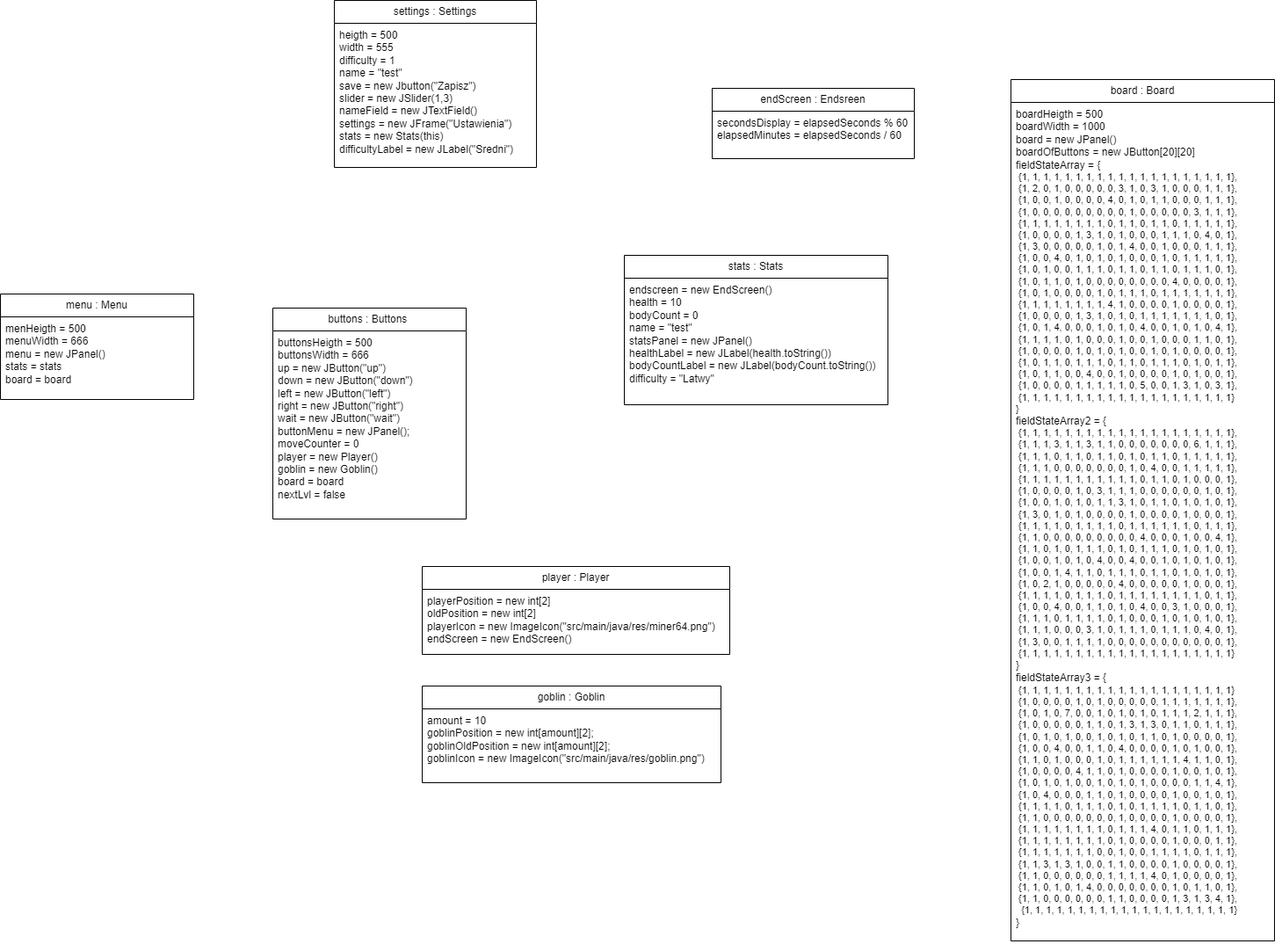
Earlier version of the draw.io export Nowy_diagram_obiektów.png (jacob-w4/Java-simple-game). Source tidied: cells renumbered, new cells last; positions are measured from the earlier drawing's top-left corner, leaving out a move shared by most shapes.
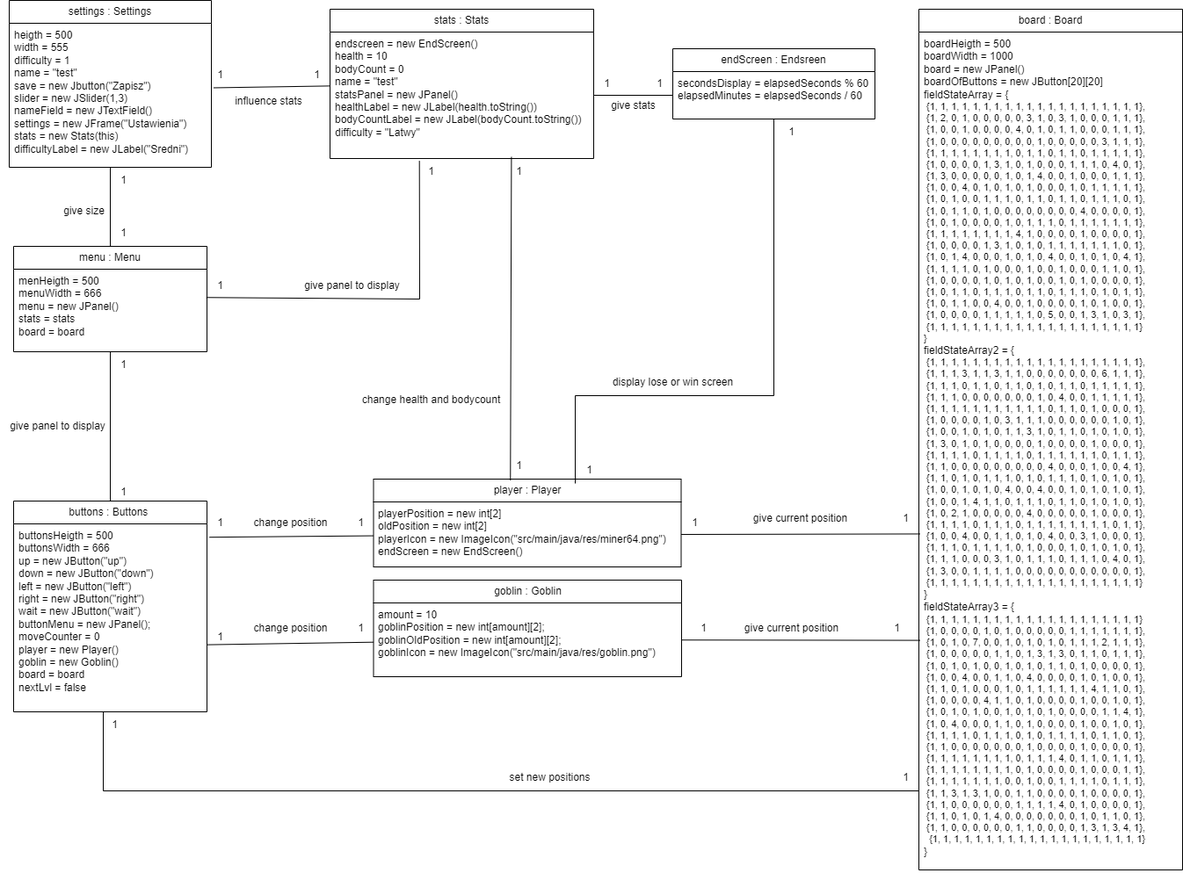
Above is the later version.

The edit, as a diff of the source:
```diff
@@ -5,3 +5,3 @@
     <mxCell id="2" value="settings : Settings" style="swimlane;fontStyle=0;horizontal=1;startSize=26;fillColor=none;whiteSpace=wrap;html=1;" parent="1" vertex="1">
-      <mxGeometry x="380" width="230" height="190" as="geometry" />
+      <mxGeometry x="285" y="270" width="230" height="190" as="geometry" />
     </mxCell>
@@ -11,3 +11,3 @@
     <mxCell id="4" value="board : Board" style="swimlane;fontStyle=0;horizontal=1;startSize=26;fillColor=none;whiteSpace=wrap;html=1;" parent="1" vertex="1">
-      <mxGeometry x="1150" y="90" width="300" height="980" as="geometry" />
+      <mxGeometry x="1320" y="280" width="300" height="980" as="geometry" />
     </mxCell>
@@ -17,3 +17,3 @@
     <mxCell id="6" value="buttons : Buttons&amp;nbsp;" style="swimlane;fontStyle=0;horizontal=1;startSize=26;fillColor=none;whiteSpace=wrap;html=1;" parent="1" vertex="1">
-      <mxGeometry x="310" y="350" width="220" height="240" as="geometry" />
+      <mxGeometry x="290" y="840" width="220" height="240" as="geometry" />
     </mxCell>
@@ -23,3 +23,3 @@
     <mxCell id="8" value="menu : Menu" style="swimlane;fontStyle=0;horizontal=1;startSize=26;fillColor=none;whiteSpace=wrap;html=1;" parent="1" vertex="1">
-      <mxGeometry y="334" width="220" height="120" as="geometry" />
+      <mxGeometry x="290" y="550" width="220" height="120" as="geometry" />
     </mxCell>
@@ -29,3 +29,3 @@
     <mxCell id="10" value="player : Player" style="swimlane;fontStyle=0;horizontal=1;startSize=26;fillColor=none;whiteSpace=wrap;html=1;" parent="1" vertex="1">
-      <mxGeometry x="480" y="644" width="350" height="100" as="geometry" />
+      <mxGeometry x="699.5" y="815" width="350" height="100" as="geometry" />
     </mxCell>
@@ -35,9 +35,9 @@
     <mxCell id="12" value="goblin : Goblin" style="swimlane;fontStyle=0;horizontal=1;startSize=26;fillColor=none;whiteSpace=wrap;html=1;" parent="1" vertex="1">
-      <mxGeometry x="480" y="780" width="340" height="110" as="geometry" />
+      <mxGeometry x="699.5" y="930" width="350.5" height="110" as="geometry" />
     </mxCell>
     <mxCell id="13" value="amount = 10&lt;br&gt;goblinPosition =&amp;nbsp;new int[amount][2];&lt;br&gt;goblinOldPosition =&amp;nbsp;new int[amount][2];&lt;br&gt;goblinIcon =&amp;nbsp;new ImageIcon(&quot;src/main/java/res/goblin.png&quot;)" style="text;strokeColor=none;fillColor=none;align=left;verticalAlign=top;spacingLeft=4;spacingRight=4;overflow=hidden;points=[[0,0.5],[1,0.5]];portConstraint=eastwest;whiteSpace=wrap;html=1;" parent="12" vertex="1">
-      <mxGeometry y="26" width="340" height="84" as="geometry" />
+      <mxGeometry y="26" width="350.5" height="84" as="geometry" />
     </mxCell>
     <mxCell id="14" value="endScreen : Endsreen" style="swimlane;fontStyle=0;horizontal=1;startSize=26;fillColor=none;whiteSpace=wrap;html=1;" parent="1" vertex="1">
-      <mxGeometry x="810" y="100" width="230" height="80" as="geometry" />
+      <mxGeometry x="1040" y="325" width="230" height="80" as="geometry" />
     </mxCell>
@@ -47,3 +47,3 @@
     <mxCell id="16" value="stats : Stats" style="swimlane;fontStyle=0;horizontal=1;startSize=26;fillColor=none;whiteSpace=wrap;html=1;" parent="1" vertex="1">
-      <mxGeometry x="710" y="290" width="300" height="170" as="geometry" />
+      <mxGeometry x="650" y="280" width="300" height="170" as="geometry" />
     </mxCell>
@@ -52,2 +52,162 @@
     </mxCell>
+    <mxCell id="18" style="endArrow=none;html=1;rounded=0;entryX=1.012;entryY=0.448;entryDx=0;entryDy=0;entryPerimeter=0;" parent="1" edge="1" source="16" target="3">
+      <mxGeometry relative="1" as="geometry" />
+    </mxCell>
+    <mxCell id="19" style="endArrow=none;html=1;rounded=0;" parent="1" edge="1" source="8" target="3">
+      <mxGeometry relative="1" as="geometry" />
+    </mxCell>
+    <mxCell id="20" style="endArrow=none;html=1;rounded=0;" parent="1" edge="1" source="6" target="9">
+      <mxGeometry relative="1" as="geometry" />
+    </mxCell>
+    <mxCell id="21" style="endArrow=none;html=1;rounded=0;exitX=1.013;exitY=0.071;exitDx=0;exitDy=0;exitPerimeter=0;" parent="1" edge="1" source="7" target="11">
+      <mxGeometry relative="1" as="geometry" />
+    </mxCell>
+    <mxCell id="22" style="endArrow=none;html=1;rounded=0;exitX=1.003;exitY=0.643;exitDx=0;exitDy=0;exitPerimeter=0;" parent="1" edge="1" source="7" target="13">
+      <mxGeometry relative="1" as="geometry" />
+    </mxCell>
+    <mxCell id="23" style="endArrow=none;html=1;rounded=0;" parent="1" edge="1" source="17" target="15">
+      <mxGeometry relative="1" as="geometry" />
+    </mxCell>
+    <mxCell id="24" style="endArrow=none;html=1;rounded=0;" parent="1" edge="1" target="15">
+      <mxGeometry relative="1" as="geometry">
+        <mxPoint x="929" y="820" as="sourcePoint" />
+        <Array as="points">
+          <mxPoint x="929" y="720" />
+          <mxPoint x="1155" y="720" />
+        </Array>
+      </mxGeometry>
+    </mxCell>
+    <mxCell id="25" style="endArrow=none;html=1;rounded=0;exitX=0.997;exitY=0.343;exitDx=0;exitDy=0;exitPerimeter=0;entryX=0.339;entryY=1.02;entryDx=0;entryDy=0;entryPerimeter=0;" parent="1" edge="1" source="9" target="17">
+      <mxGeometry relative="1" as="geometry">
+        <Array as="points">
+          <mxPoint x="752" y="610" />
+        </Array>
+      </mxGeometry>
+    </mxCell>
+    <mxCell id="26" style="endArrow=none;html=1;rounded=0;exitX=0.004;exitY=0.726;exitDx=0;exitDy=0;exitPerimeter=0;" parent="1" edge="1" source="5" target="13">
+      <mxGeometry relative="1" as="geometry" />
+    </mxCell>
+    <mxCell id="27" style="endArrow=none;html=1;rounded=0;exitX=0.445;exitY=0.015;exitDx=0;exitDy=0;exitPerimeter=0;entryX=0.688;entryY=0.988;entryDx=0;entryDy=0;entryPerimeter=0;" parent="1" edge="1" source="10" target="17">
+      <mxGeometry relative="1" as="geometry" />
+    </mxCell>
+    <mxCell id="28" style="endArrow=none;html=1;rounded=0;exitX=1;exitY=0.5;exitDx=0;exitDy=0;entryX=0.004;entryY=0.599;entryDx=0;entryDy=0;entryPerimeter=0;" parent="1" edge="1" source="11" target="5">
+      <mxGeometry relative="1" as="geometry" />
+    </mxCell>
+    <mxCell id="29" style="endArrow=none;html=1;rounded=0;" parent="1" edge="1">
+      <mxGeometry relative="1" as="geometry">
+        <mxPoint x="392" y="1080" as="sourcePoint" />
+        <mxPoint x="1320" y="1170" as="targetPoint" />
+        <Array as="points">
+          <mxPoint x="392" y="1170" />
+        </Array>
+      </mxGeometry>
+    </mxCell>
+    <mxCell id="30" value="1" style="text;html=1;align=center;verticalAlign=middle;strokeColor=none;fillColor=none;" parent="1" vertex="1">
+      <mxGeometry x="1050" y="850" width="30" height="30" as="geometry" />
+    </mxCell>
+    <mxCell id="31" value="1" style="text;html=1;align=center;verticalAlign=middle;strokeColor=none;fillColor=none;" parent="1" vertex="1">
+      <mxGeometry x="1290" y="845" width="30" height="30" as="geometry" />
+    </mxCell>
+    <mxCell id="32" value="1" style="text;html=1;align=center;verticalAlign=middle;strokeColor=none;fillColor=none;" parent="1" vertex="1">
+      <mxGeometry x="1060" y="970" width="30" height="30" as="geometry" />
+    </mxCell>
+    <mxCell id="33" value="1" style="text;html=1;align=center;verticalAlign=middle;strokeColor=none;fillColor=none;" parent="1" vertex="1">
+      <mxGeometry x="1280" y="970" width="30" height="30" as="geometry" />
+    </mxCell>
+    <mxCell id="34" value="1" style="text;html=1;align=center;verticalAlign=middle;strokeColor=none;fillColor=none;" parent="1" vertex="1">
+      <mxGeometry x="930" y="790" width="30" height="30" as="geometry" />
+    </mxCell>
+    <mxCell id="35" value="1" style="text;html=1;align=center;verticalAlign=middle;strokeColor=none;fillColor=none;" parent="1" vertex="1">
+      <mxGeometry x="1160" y="405" width="30" height="30" as="geometry" />
+    </mxCell>
+    <mxCell id="36" value="1" style="text;html=1;align=center;verticalAlign=middle;strokeColor=none;fillColor=none;" parent="1" vertex="1">
+      <mxGeometry x="1010" y="350" width="30" height="30" as="geometry" />
+    </mxCell>
+    <mxCell id="37" value="1" style="text;html=1;align=center;verticalAlign=middle;strokeColor=none;fillColor=none;" parent="1" vertex="1">
+      <mxGeometry x="950" y="350" width="30" height="30" as="geometry" />
+    </mxCell>
+    <mxCell id="38" value="1" style="text;html=1;align=center;verticalAlign=middle;strokeColor=none;fillColor=none;" parent="1" vertex="1">
+      <mxGeometry x="850" y="450" width="30" height="30" as="geometry" />
+    </mxCell>
+    <mxCell id="39" value="1" style="text;html=1;align=center;verticalAlign=middle;strokeColor=none;fillColor=none;" parent="1" vertex="1">
+      <mxGeometry x="850" y="785" width="30" height="30" as="geometry" />
+    </mxCell>
+    <mxCell id="40" value="1" style="text;html=1;align=center;verticalAlign=middle;strokeColor=none;fillColor=none;" parent="1" vertex="1">
+      <mxGeometry x="750" y="450" width="30" height="30" as="geometry" />
+    </mxCell>
+    <mxCell id="41" value="1" style="text;html=1;align=center;verticalAlign=middle;strokeColor=none;fillColor=none;" parent="1" vertex="1">
+      <mxGeometry x="510" y="580" width="30" height="30" as="geometry" />
+    </mxCell>
+    <mxCell id="42" value="1" style="text;html=1;align=center;verticalAlign=middle;strokeColor=none;fillColor=none;" parent="1" vertex="1">
+      <mxGeometry x="620" y="340" width="30" height="30" as="geometry" />
+    </mxCell>
+    <mxCell id="43" value="1" style="text;html=1;align=center;verticalAlign=middle;strokeColor=none;fillColor=none;" parent="1" vertex="1">
+      <mxGeometry x="510" y="340" width="30" height="30" as="geometry" />
+    </mxCell>
+    <mxCell id="44" value="1" style="text;html=1;align=center;verticalAlign=middle;strokeColor=none;fillColor=none;" parent="1" vertex="1">
+      <mxGeometry x="400" y="460" width="30" height="30" as="geometry" />
+    </mxCell>
+    <mxCell id="45" value="1" style="text;html=1;align=center;verticalAlign=middle;strokeColor=none;fillColor=none;" parent="1" vertex="1">
+      <mxGeometry x="400" y="520" width="30" height="30" as="geometry" />
+    </mxCell>
+    <mxCell id="46" value="1" style="text;html=1;align=center;verticalAlign=middle;strokeColor=none;fillColor=none;" parent="1" vertex="1">
+      <mxGeometry x="400" y="670" width="30" height="30" as="geometry" />
+    </mxCell>
+    <mxCell id="47" value="1" style="text;html=1;align=center;verticalAlign=middle;strokeColor=none;fillColor=none;" parent="1" vertex="1">
+      <mxGeometry x="400" y="815" width="30" height="30" as="geometry" />
+    </mxCell>
+    <mxCell id="48" value="1" style="text;html=1;align=center;verticalAlign=middle;strokeColor=none;fillColor=none;" parent="1" vertex="1">
+      <mxGeometry x="510" y="850" width="30" height="30" as="geometry" />
+    </mxCell>
+    <mxCell id="49" value="1" style="text;html=1;align=center;verticalAlign=middle;strokeColor=none;fillColor=none;" parent="1" vertex="1">
+      <mxGeometry x="669.5" y="850" width="30" height="30" as="geometry" />
+    </mxCell>
+    <mxCell id="50" value="1" style="text;html=1;align=center;verticalAlign=middle;strokeColor=none;fillColor=none;" parent="1" vertex="1">
+      <mxGeometry x="510" y="980" width="30" height="30" as="geometry" />
+    </mxCell>
+    <mxCell id="51" value="1" style="text;html=1;align=center;verticalAlign=middle;strokeColor=none;fillColor=none;" parent="1" vertex="1">
+      <mxGeometry x="669.5" y="970" width="30" height="30" as="geometry" />
+    </mxCell>
+    <mxCell id="52" value="1" style="text;html=1;align=center;verticalAlign=middle;strokeColor=none;fillColor=none;" parent="1" vertex="1">
+      <mxGeometry x="390" y="1080" width="30" height="30" as="geometry" />
+    </mxCell>
+    <mxCell id="53" value="1" style="text;html=1;align=center;verticalAlign=middle;strokeColor=none;fillColor=none;" parent="1" vertex="1">
+      <mxGeometry x="1290" y="1140" width="30" height="30" as="geometry" />
+    </mxCell>
+    <mxCell id="54" value="give size" style="text;html=1;align=center;verticalAlign=middle;strokeColor=none;fillColor=none;" parent="1" vertex="1">
+      <mxGeometry x="335" y="495" width="70" height="30" as="geometry" />
+    </mxCell>
+    <mxCell id="55" value="influence stats" style="text;html=1;align=center;verticalAlign=middle;strokeColor=none;fillColor=none;" parent="1" vertex="1">
+      <mxGeometry x="530" y="370" width="100" height="30" as="geometry" />
+    </mxCell>
+    <mxCell id="56" value="give panel to display" style="text;html=1;align=center;verticalAlign=middle;strokeColor=none;fillColor=none;" parent="1" vertex="1">
+      <mxGeometry x="610" y="580" width="130" height="30" as="geometry" />
+    </mxCell>
+    <mxCell id="57" value="give panel to display" style="text;html=1;align=center;verticalAlign=middle;strokeColor=none;fillColor=none;" parent="1" vertex="1">
+      <mxGeometry x="275" y="740" width="130" height="30" as="geometry" />
+    </mxCell>
+    <mxCell id="58" value="give stats" style="text;html=1;align=center;verticalAlign=middle;strokeColor=none;fillColor=none;" parent="1" vertex="1">
+      <mxGeometry x="960" y="375" width="70" height="30" as="geometry" />
+    </mxCell>
+    <mxCell id="59" value="display lose or win screen" style="text;html=1;align=center;verticalAlign=middle;strokeColor=none;fillColor=none;" parent="1" vertex="1">
+      <mxGeometry x="960" y="690" width="160" height="30" as="geometry" />
+    </mxCell>
+    <mxCell id="60" value="change health and bodycount" style="text;html=1;align=center;verticalAlign=middle;strokeColor=none;fillColor=none;" parent="1" vertex="1">
+      <mxGeometry x="675" y="710" width="180" height="30" as="geometry" />
+    </mxCell>
+    <mxCell id="61" value="change position" style="text;html=1;align=center;verticalAlign=middle;strokeColor=none;fillColor=none;" parent="1" vertex="1">
+      <mxGeometry x="550" y="850" width="110" height="30" as="geometry" />
+    </mxCell>
+    <mxCell id="62" value="change position" style="text;html=1;align=center;verticalAlign=middle;strokeColor=none;fillColor=none;" parent="1" vertex="1">
+      <mxGeometry x="550" y="970" width="110" height="30" as="geometry" />
+    </mxCell>
+    <mxCell id="63" value="give current position" style="text;html=1;align=center;verticalAlign=middle;strokeColor=none;fillColor=none;" parent="1" vertex="1">
+      <mxGeometry x="1120" y="845" width="130" height="30" as="geometry" />
+    </mxCell>
+    <mxCell id="64" value="give current position" style="text;html=1;align=center;verticalAlign=middle;strokeColor=none;fillColor=none;" parent="1" vertex="1">
+      <mxGeometry x="1110" y="970" width="130" height="30" as="geometry" />
+    </mxCell>
+    <mxCell id="65" value="set new positions" style="text;html=1;align=center;verticalAlign=middle;strokeColor=none;fillColor=none;" parent="1" vertex="1">
+      <mxGeometry x="840" y="1140" width="120" height="30" as="geometry" />
+    </mxCell>
   </root>
```
